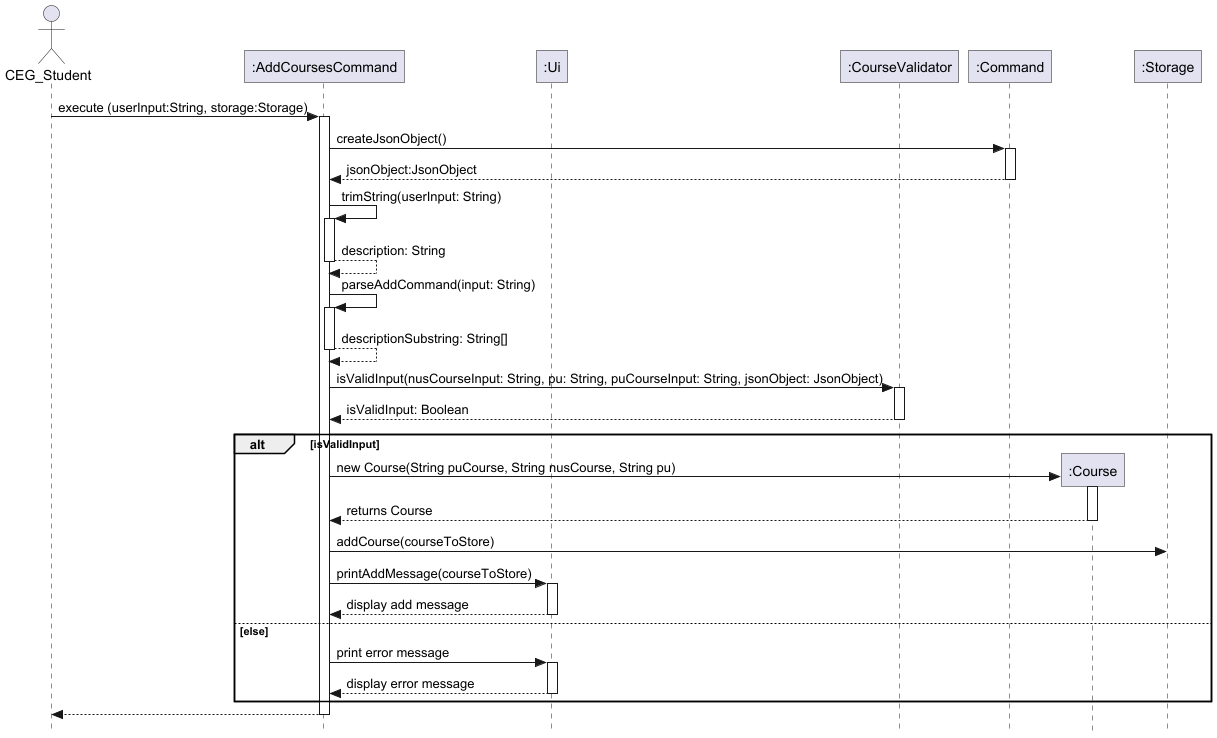
Before: docs/images/AddCoursesCommand.png, a diagram exported from PlantUML (nus-cs2113-AY2425S1/tp).
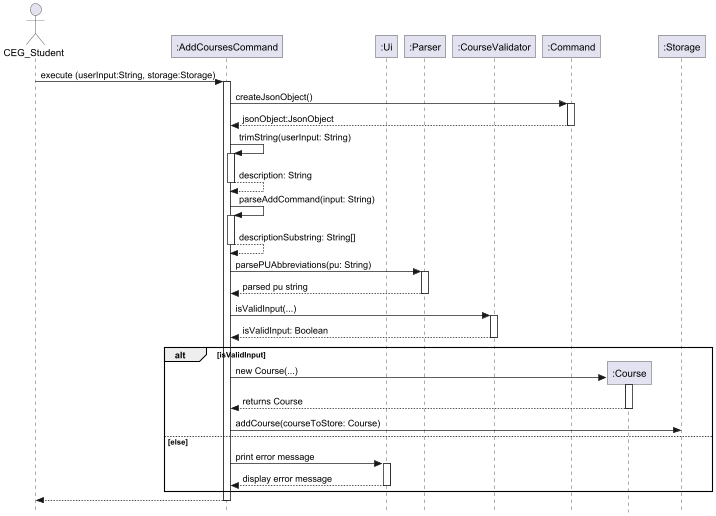
After the commit.

Commit message:
Update AddCoursesCommand seq diagram

What changed in the source:
```diff
@@ -5,10 +5,12 @@
 !include .SequenceDiagram.config
 participant ":AddCoursesCommand" as AddCoursesCommand
 participant ":Ui" as Ui
+participant ":Parser" as Parser
 participant ":CourseValidator" as CourseValidator
 participant ":Command" as Command
 participant ":Course" as Course
 participant ":Storage" as Storage
+
 
 
 
@@ -29,20 +31,21 @@
 activate AddCoursesCommand
 return descriptionSubstring: String[]
 
-AddCoursesCommand -> CourseValidator: isValidInput(nusCourseInput: String, pu: String, puCourseInput: String, jsonObject: JsonObject)
+AddCoursesCommand -> Parser: parsePUAbbreviations(pu: String)
+activate Parser
+return parsed pu string
+
+AddCoursesCommand -> CourseValidator: isValidInput(...)
 activate CourseValidator
 return isValidInput: Boolean
 
 alt isValidInput
-AddCoursesCommand -> Course **: new Course(String puCourse, String nusCourse, String pu)
+AddCoursesCommand -> Course **: new Course(...)
 activate Course
 Course --> AddCoursesCommand : returns Course
 deactivate
-AddCoursesCommand -> Storage :addCourse(courseToStore)
-AddCoursesCommand -> Ui: printAddMessage(courseToStore)
-activate Ui
-Ui --> AddCoursesCommand: display add message
-deactivate Ui
+AddCoursesCommand -> Storage :addCourse(courseToStore: Course)
+
 else else
 AddCoursesCommand -> Ui: print error message
 activate Ui
```
